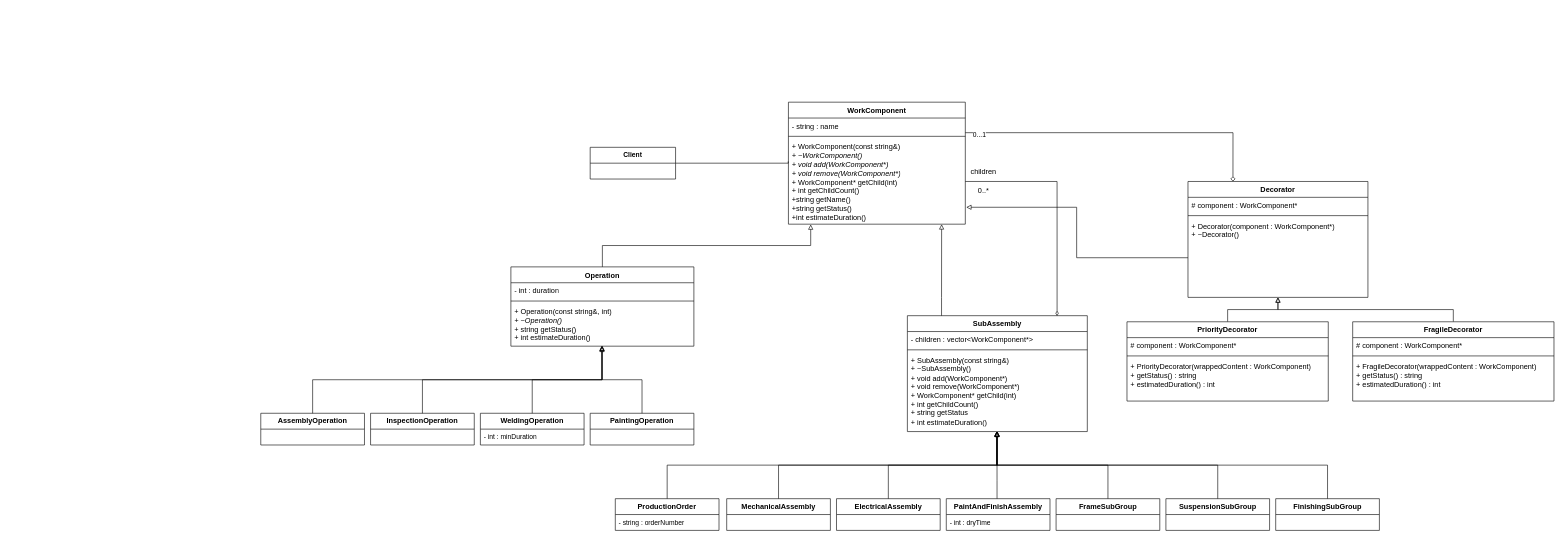
Before: diagrams/UML.drawio in Serg312/COS214-Prac4, a draw.io diagram. Source tidied: cells renumbered, new cells numbered last; positions are measured from the earlier drawing's top-left corner, leaving out a move shared by most shapes. Both pictures are drawn from the tidied source at 61%, with x=0, y=0 at pixel (260, 102).
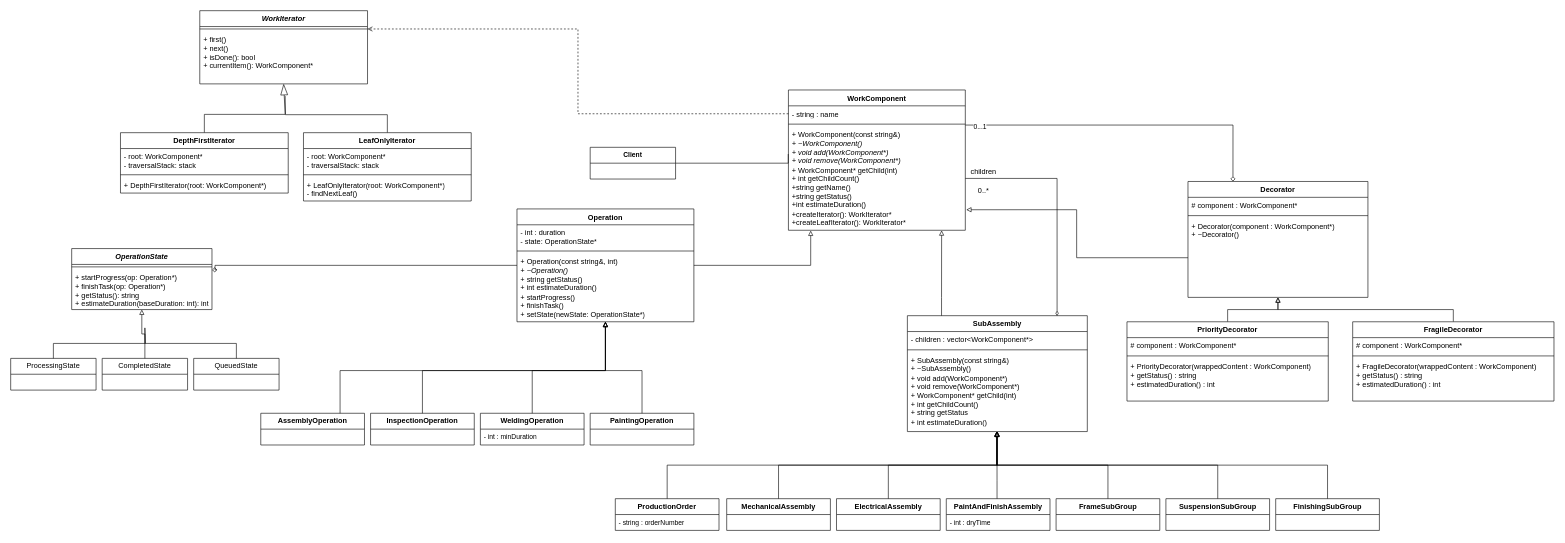
The same page after the edit.

Commit message (it also covers changes not shown here):
Update Makefile, UML class diagram, and add   State diagram

Unchanged cells that the change refers to:
```xml
<mxCell id="3" value="- string : name" style="text;strokeColor=none;fillColor=none;align=left;verticalAlign=top;spacingLeft=4;spacingRight=4;overflow=hidden;points=[[0,0.5],[1,0.5]];portConstraint=eastwest;whiteSpace=wrap;html=1;" parent="2" vertex="1">
  <mxGeometry y="26" width="290" height="26" as="geometry" />
</mxCell>
<mxCell id="28" value="&lt;b&gt;AssemblyOperation&lt;/b&gt;" style="swimlane;fontStyle=0;horizontal=1;startSize=26;fillColor=none;whiteSpace=wrap;html=1;" parent="1" vertex="1">
  <mxGeometry y="510" width="170" height="52" as="geometry" />
</mxCell>
<mxCell id="29" value="&lt;b&gt;InspectionOperation&lt;/b&gt;" style="swimlane;fontStyle=0;horizontal=1;startSize=26;fillColor=none;whiteSpace=wrap;html=1;" parent="1" vertex="1">
  <mxGeometry x="180" y="510" width="170" height="52" as="geometry" />
</mxCell>
<mxCell id="30" value="&lt;b&gt;WeldingOperation&lt;/b&gt;" style="swimlane;fontStyle=0;horizontal=1;startSize=26;fillColor=none;whiteSpace=wrap;html=1;" parent="1" vertex="1">
  <mxGeometry x="360" y="510" width="170" height="52" as="geometry" />
</mxCell>
<mxCell id="32" value="&lt;b&gt;PaintingOperation&lt;/b&gt;" style="swimlane;fontStyle=0;horizontal=1;startSize=26;fillColor=none;whiteSpace=wrap;html=1;" parent="1" vertex="1">
  <mxGeometry x="540" y="510" width="170" height="52" as="geometry" />
</mxCell>
```

Diff of the diagram source:
```diff
@@
     <mxCell id="2" value="WorkComponent" style="swimlane;fontStyle=1;align=center;verticalAlign=top;horizontal=1;startSize=26;whiteSpace=wrap;html=1;" parent="1" vertex="1">
-      <mxGeometry x="865" width="290" height="200" as="geometry" />
+      <mxGeometry x="865" y="-20" width="290" height="230" as="geometry" />
     </mxCell>
@@
-    <mxCell id="5" value="+ WorkComponent(const string&amp;amp;)&lt;div&gt;&lt;i&gt;+ ~WorkComponent()&lt;/i&gt;&lt;/div&gt;&lt;div&gt;&lt;i&gt;+ void add(WorkComponent*)&lt;/i&gt;&lt;/div&gt;&lt;div&gt;&lt;i&gt;+ void remove(WorkComponent*)&lt;/i&gt;&lt;/div&gt;&lt;div&gt;+ WorkComponent* getChild(int)&lt;span style=&quot;background-color: transparent; color: light-dark(rgb(0, 0, 0), rgb(255, 255, 255));&quot;&gt;&amp;nbsp;&lt;/span&gt;&lt;/div&gt;&lt;div&gt;+ int getChildCount()&lt;/div&gt;&lt;div&gt;+string getName()&lt;/div&gt;&lt;div&gt;+string getStatus()&lt;/div&gt;&lt;div&gt;+int estimateDuration()&lt;/div&gt;" style="text;strokeColor=none;fillColor=none;align=left;verticalAlign=top;spacingLeft=4;spacingRight=4;overflow=hidden;points=[[0,0.5],[1,0.5]];portConstraint=eastwest;whiteSpace=wrap;html=1;" parent="2" vertex="1">
-      <mxGeometry y="60" width="290" height="140" as="geometry" />
+    <mxCell id="5" value="+ WorkComponent(const string&amp;amp;)&lt;div&gt;&lt;i&gt;+ ~WorkComponent()&lt;/i&gt;&lt;/div&gt;&lt;div&gt;&lt;i&gt;+ void add(WorkComponent*)&lt;/i&gt;&lt;/div&gt;&lt;div&gt;&lt;i&gt;+ void remove(WorkComponent*)&lt;/i&gt;&lt;/div&gt;&lt;div&gt;+ WorkComponent* getChild(int)&lt;span style=&quot;background-color: transparent; color: light-dark(rgb(0, 0, 0), rgb(255, 255, 255));&quot;&gt;&amp;nbsp;&lt;/span&gt;&lt;/div&gt;&lt;div&gt;+ int getChildCount()&lt;/div&gt;&lt;div&gt;+string getName()&lt;/div&gt;&lt;div&gt;+string getStatus()&lt;/div&gt;&lt;div&gt;+int estimateDuration()&lt;/div&gt;&lt;div&gt;+createIterator(): WorkIterator*&lt;/div&gt;&lt;div&gt;+createLeafIterator(): WorkIterator*&lt;/div&gt;" style="text;strokeColor=none;fillColor=none;align=left;verticalAlign=top;spacingLeft=4;spacingRight=4;overflow=hidden;points=[[0,0.5],[1,0.5]];portConstraint=eastwest;whiteSpace=wrap;html=1;" parent="2" vertex="1">
+      <mxGeometry y="60" width="290" height="170" as="geometry" />
     </mxCell>
@@
+    <mxCell id="63" style="edgeStyle=orthogonalEdgeStyle;rounded=0;jettySize=auto;html=1;exitX=0;exitY=0.5;exitDx=0;exitDy=0;entryX=1.001;entryY=0.013;entryDx=0;entryDy=0;endArrow=diamond;endFill=0;entryPerimeter=0;" parent="1" edge="1" source="14" target="81">
+      <mxGeometry relative="1" as="geometry">
+        <Array as="points">
+          <mxPoint x="-75" y="274" />
+        </Array>
+      </mxGeometry>
+    </mxCell>
     <mxCell id="14" value="Operation" style="swimlane;fontStyle=1;align=center;verticalAlign=top;horizontal=1;startSize=26;whiteSpace=wrap;html=1;" parent="1" vertex="1">
-      <mxGeometry x="410" y="270" width="300" height="130" as="geometry" />
+      <mxGeometry x="420" y="175" width="290" height="185" as="geometry" />
     </mxCell>
-    <mxCell id="15" value="- int : duration" style="text;strokeColor=none;fillColor=none;align=left;verticalAlign=top;spacingLeft=4;spacingRight=4;overflow=hidden;whiteSpace=wrap;html=1;" parent="14" vertex="1">
-      <mxGeometry y="26" width="300" height="26" as="geometry" />
+    <mxCell id="15" value="- int : duration&lt;div&gt;- state: OperationState*&lt;/div&gt;" style="text;strokeColor=none;fillColor=none;align=left;verticalAlign=top;spacingLeft=4;spacingRight=4;overflow=hidden;whiteSpace=wrap;html=1;" parent="14" vertex="1">
+      <mxGeometry y="26" width="290" height="39" as="geometry" />
     </mxCell>
     <mxCell id="16" style="line;strokeWidth=1;fillColor=none;align=left;verticalAlign=middle;spacingTop=-1;spacingLeft=3;spacingRight=3;labelPosition=right;strokeColor=inherit;" parent="14" vertex="1">
-      <mxGeometry y="52" width="300" height="8" as="geometry" />
+      <mxGeometry y="65" width="290" height="8" as="geometry" />
     </mxCell>
-    <mxCell id="17" value="+ Operation(const string&amp;amp;, int)&lt;div&gt;&lt;div&gt;&lt;i&gt;+ ~Operation()&lt;/i&gt;&lt;/div&gt;&lt;div&gt;+ string getStatus()&lt;/div&gt;&lt;div&gt;+ int estimateDuration()&lt;/div&gt;&lt;/div&gt;" style="text;strokeColor=none;fillColor=none;align=left;verticalAlign=top;spacingLeft=4;spacingRight=4;overflow=hidden;points=[[0,0.5],[1,0.5]];portConstraint=eastwest;whiteSpace=wrap;html=1;" parent="14" vertex="1">
-      <mxGeometry y="60" width="300" height="70" as="geometry" />
+    <mxCell id="17" value="+ Operation(const string&amp;amp;, int)&lt;div&gt;&lt;div&gt;&lt;i&gt;+ ~Operation()&lt;/i&gt;&lt;/div&gt;&lt;div&gt;+ string getStatus()&lt;/div&gt;&lt;div&gt;+ int estimateDuration()&lt;/div&gt;&lt;/div&gt;&lt;div&gt;+ startProgress()&lt;/div&gt;&lt;div&gt;+ finishTask()&lt;/div&gt;&lt;div&gt;+&amp;nbsp;setState(newState: OperationState*)&lt;/div&gt;" style="text;strokeColor=none;fillColor=none;align=left;verticalAlign=top;spacingLeft=4;spacingRight=4;overflow=hidden;points=[[0,0.5],[1,0.5]];portConstraint=eastwest;whiteSpace=wrap;html=1;" parent="14" vertex="1">
+      <mxGeometry y="73" width="290" height="112" as="geometry" />
     </mxCell>
@@
-    <mxCell id="33" style="edgeStyle=orthogonalEdgeStyle;shape=connector;rounded=0;jettySize=auto;html=1;entryX=0.498;entryY=0.987;entryDx=0;entryDy=0;entryPerimeter=0;strokeColor=default;align=center;verticalAlign=middle;fontFamily=Helvetica;fontSize=11;fontColor=default;labelBackgroundColor=default;endArrow=block;endFill=0;" parent="1" edge="1" source="28" target="17">
-      <mxGeometry relative="1" as="geometry" />
+    <mxCell id="33" style="edgeStyle=orthogonalEdgeStyle;shape=connector;rounded=0;jettySize=auto;html=1;strokeColor=default;align=center;verticalAlign=middle;fontFamily=Helvetica;fontSize=11;fontColor=default;labelBackgroundColor=default;endArrow=block;endFill=0;entryX=0.5;entryY=1;entryDx=0;entryDy=0;" parent="1" edge="1" source="28" target="14">
+      <mxGeometry relative="1" as="geometry">
+        <Array as="points">
+          <mxPoint x="130" y="440" />
+          <mxPoint x="565" y="440" />
+        </Array>
+      </mxGeometry>
     </mxCell>
-    <mxCell id="34" style="edgeStyle=orthogonalEdgeStyle;shape=connector;rounded=0;jettySize=auto;html=1;entryX=0.498;entryY=1;entryDx=0;entryDy=0;entryPerimeter=0;strokeColor=default;align=center;verticalAlign=middle;fontFamily=Helvetica;fontSize=11;fontColor=default;labelBackgroundColor=default;endArrow=block;endFill=0;" parent="1" edge="1" source="29" target="17">
-      <mxGeometry relative="1" as="geometry" />
+    <mxCell id="34" style="edgeStyle=orthogonalEdgeStyle;shape=connector;rounded=0;jettySize=auto;html=1;strokeColor=default;align=center;verticalAlign=middle;fontFamily=Helvetica;fontSize=11;fontColor=default;labelBackgroundColor=default;endArrow=block;endFill=0;entryX=0.5;entryY=1;entryDx=0;entryDy=0;" parent="1" edge="1" source="29" target="14">
+      <mxGeometry relative="1" as="geometry">
+        <Array as="points">
+          <mxPoint x="265" y="440" />
+          <mxPoint x="565" y="440" />
+        </Array>
+      </mxGeometry>
     </mxCell>
-    <mxCell id="35" style="edgeStyle=orthogonalEdgeStyle;shape=connector;rounded=0;jettySize=auto;html=1;entryX=0.498;entryY=1.012;entryDx=0;entryDy=0;entryPerimeter=0;strokeColor=default;align=center;verticalAlign=middle;fontFamily=Helvetica;fontSize=11;fontColor=default;labelBackgroundColor=default;endArrow=block;endFill=0;" parent="1" edge="1" source="30" target="17">
-      <mxGeometry relative="1" as="geometry" />
+    <mxCell id="35" style="edgeStyle=orthogonalEdgeStyle;shape=connector;rounded=0;jettySize=auto;html=1;strokeColor=default;align=center;verticalAlign=middle;fontFamily=Helvetica;fontSize=11;fontColor=default;labelBackgroundColor=default;endArrow=block;endFill=0;entryX=0.5;entryY=1;entryDx=0;entryDy=0;" parent="1" edge="1" source="30" target="14">
+      <mxGeometry relative="1" as="geometry">
+        <Array as="points">
+          <mxPoint x="445" y="440" />
+          <mxPoint x="565" y="440" />
+        </Array>
+      </mxGeometry>
     </mxCell>
-    <mxCell id="36" style="edgeStyle=orthogonalEdgeStyle;shape=connector;rounded=0;jettySize=auto;html=1;entryX=0.498;entryY=0.987;entryDx=0;entryDy=0;entryPerimeter=0;strokeColor=default;align=center;verticalAlign=middle;fontFamily=Helvetica;fontSize=11;fontColor=default;labelBackgroundColor=default;endArrow=block;endFill=0;" parent="1" edge="1" source="32" target="17">
-      <mxGeometry relative="1" as="geometry" />
+    <mxCell id="36" style="edgeStyle=orthogonalEdgeStyle;shape=connector;rounded=0;jettySize=auto;html=1;strokeColor=default;align=center;verticalAlign=middle;fontFamily=Helvetica;fontSize=11;fontColor=default;labelBackgroundColor=default;endArrow=block;endFill=0;entryX=0.5;entryY=1;entryDx=0;entryDy=0;" parent="1" edge="1" source="32" target="14">
+      <mxGeometry relative="1" as="geometry">
+        <Array as="points">
+          <mxPoint x="625" y="440" />
+          <mxPoint x="565" y="440" />
+        </Array>
+      </mxGeometry>
     </mxCell>
@@
+    <mxCell id="64" style="group;" parent="1" vertex="1">
+      <mxGeometry x="-230" y="-150" width="575" height="325" as="geometry" />
+    </mxCell>
+    <mxCell id="65" value="&lt;i&gt;WorkIterator&lt;/i&gt;" style="swimlane;fontStyle=1;align=center;verticalAlign=top;horizontal=1;startSize=26;whiteSpace=wrap;html=1;" parent="64" vertex="1">
+      <mxGeometry x="130" width="275" height="120" as="geometry" />
+    </mxCell>
+    <mxCell id="66" style="line;strokeWidth=1;fillColor=none;align=left;verticalAlign=middle;spacingTop=-1;spacingLeft=3;spacingRight=3;labelPosition=right;strokeColor=inherit;" parent="65" vertex="1">
+      <mxGeometry y="26" width="275" height="8" as="geometry" />
+    </mxCell>
+    <mxCell id="67" value="+ first()&lt;div&gt;+ next()&lt;/div&gt;&lt;div&gt;+ isDone(): bool&lt;/div&gt;&lt;div&gt;+ currentItem(): WorkComponent*&lt;/div&gt;" style="text;strokeColor=none;fillColor=none;align=left;verticalAlign=top;spacingLeft=4;spacingRight=4;overflow=hidden;whiteSpace=wrap;html=1;" parent="65" vertex="1">
+      <mxGeometry y="34" width="275" height="86" as="geometry" />
+    </mxCell>
+    <mxCell id="68" style="endArrow=blockThin;endSize=16;endFill=0;html=1;rounded=0;exitX=0.5;exitY=0;exitDx=0;exitDy=0;entryX=0.5;entryY=1;entryDx=0;entryDy=0;" parent="64" edge="1" source="69" target="65">
+      <mxGeometry relative="1" as="geometry">
+        <Array as="points">
+          <mxPoint x="137.5" y="170" />
+          <mxPoint x="270" y="170" />
+        </Array>
+      </mxGeometry>
+    </mxCell>
+    <mxCell id="69" value="DepthFirstIterator" style="swimlane;fontStyle=1;align=center;verticalAlign=top;horizontal=1;startSize=26;whiteSpace=wrap;html=1;" parent="64" vertex="1">
+      <mxGeometry y="200" width="275" height="99" as="geometry" />
+    </mxCell>
+    <mxCell id="70" value="- root: WorkComponent*&lt;div&gt;- traversalStack: stack&lt;/div&gt;" style="text;strokeColor=none;fillColor=none;align=left;verticalAlign=top;spacingLeft=4;spacingRight=4;overflow=hidden;whiteSpace=wrap;html=1;" parent="69" vertex="1">
+      <mxGeometry y="26" width="275" height="39" as="geometry" />
+    </mxCell>
+    <mxCell id="71" style="line;strokeWidth=1;fillColor=none;align=left;verticalAlign=middle;spacingTop=-1;spacingLeft=3;spacingRight=3;labelPosition=right;strokeColor=inherit;" parent="69" vertex="1">
+      <mxGeometry y="65" width="275" height="8" as="geometry" />
+    </mxCell>
+    <mxCell id="72" value="+ DepthFirstIterator(root: WorkComponent*)&lt;div&gt;&lt;br&gt;&lt;/div&gt;" style="text;strokeColor=none;fillColor=none;align=left;verticalAlign=top;spacingLeft=4;spacingRight=4;overflow=hidden;whiteSpace=wrap;html=1;" parent="69" vertex="1">
+      <mxGeometry y="73" width="275" height="26" as="geometry" />
+    </mxCell>
+    <mxCell id="73" style="edgeStyle=orthogonalEdgeStyle;rounded=0;jettySize=auto;html=1;exitX=0.5;exitY=0;exitDx=0;exitDy=0;endArrow=none;endFill=0;" parent="64" edge="1" source="74">
+      <mxGeometry relative="1" as="geometry">
+        <mxPoint x="270" y="140" as="targetPoint" />
+      </mxGeometry>
+    </mxCell>
+    <mxCell id="74" value="LeafOnlyIterator" style="swimlane;fontStyle=1;align=center;verticalAlign=top;horizontal=1;startSize=26;whiteSpace=wrap;html=1;" parent="64" vertex="1">
+      <mxGeometry x="300" y="200" width="275" height="112" as="geometry" />
+    </mxCell>
+    <mxCell id="75" value="- root: WorkComponent*&lt;div&gt;- traversalStack: stack&lt;/div&gt;" style="text;strokeColor=none;fillColor=none;align=left;verticalAlign=top;spacingLeft=4;spacingRight=4;overflow=hidden;whiteSpace=wrap;html=1;" parent="74" vertex="1">
+      <mxGeometry y="26" width="275" height="39" as="geometry" />
+    </mxCell>
+    <mxCell id="76" style="line;strokeWidth=1;fillColor=none;align=left;verticalAlign=middle;spacingTop=-1;spacingLeft=3;spacingRight=3;labelPosition=right;strokeColor=inherit;" parent="74" vertex="1">
+      <mxGeometry y="65" width="275" height="8" as="geometry" />
+    </mxCell>
+    <mxCell id="77" value="+ LeafOnlyIterator(root: WorkComponent*)&lt;div&gt;- findNextLeaf()&lt;/div&gt;" style="text;strokeColor=none;fillColor=none;align=left;verticalAlign=top;spacingLeft=4;spacingRight=4;overflow=hidden;whiteSpace=wrap;html=1;" parent="74" vertex="1">
+      <mxGeometry y="73" width="275" height="39" as="geometry" />
+    </mxCell>
+    <mxCell id="78" style="edgeStyle=orthogonalEdgeStyle;rounded=0;jettySize=auto;html=1;exitX=0;exitY=0.5;exitDx=0;exitDy=0;entryX=1;entryY=0.25;entryDx=0;entryDy=0;dashed=1;endArrow=open;endFill=0;" parent="1" edge="1" source="3" target="65">
+      <mxGeometry relative="1" as="geometry" />
+    </mxCell>
+    <mxCell id="79" value="&lt;i&gt;OperationState&lt;/i&gt;" style="swimlane;fontStyle=1;align=center;verticalAlign=top;horizontal=1;startSize=26;whiteSpace=wrap;html=1;" parent="1" vertex="1">
+      <mxGeometry x="-310" y="240" width="230" height="100" as="geometry" />
+    </mxCell>
+    <mxCell id="80" style="line;strokeWidth=1;fillColor=none;align=left;verticalAlign=middle;spacingTop=-1;spacingLeft=3;spacingRight=3;labelPosition=right;strokeColor=inherit;" parent="79" vertex="1">
+      <mxGeometry y="26" width="230" height="8" as="geometry" />
+    </mxCell>
+    <mxCell id="81" value="+ startProgress(op: Operation*)&lt;div&gt;&lt;div&gt;+&amp;nbsp;&lt;span style=&quot;background-color: transparent; color: light-dark(rgb(0, 0, 0), rgb(255, 255, 255));&quot;&gt;finishTask(op: Operation*)&lt;/span&gt;&lt;/div&gt;&lt;div&gt;&lt;span style=&quot;background-color: transparent; color: light-dark(rgb(0, 0, 0), rgb(255, 255, 255));&quot;&gt;+ getStatus(): string&lt;/span&gt;&lt;/div&gt;&lt;div&gt;&lt;span style=&quot;background-color: transparent; color: light-dark(rgb(0, 0, 0), rgb(255, 255, 255));&quot;&gt;+&amp;nbsp;&lt;/span&gt;&lt;span style=&quot;background-color: transparent;&quot;&gt;estimateDuration(baseDuration: int): int&lt;/span&gt;&lt;/div&gt;&lt;div&gt;&lt;br&gt;&lt;/div&gt;&lt;/div&gt;" style="text;strokeColor=none;fillColor=none;align=left;verticalAlign=top;spacingLeft=4;spacingRight=4;overflow=hidden;points=[[0,0.5],[1,0.5]];portConstraint=eastwest;whiteSpace=wrap;html=1;" parent="79" vertex="1">
+      <mxGeometry y="34" width="230" height="66" as="geometry" />
+    </mxCell>
+    <mxCell id="82" style="edgeStyle=orthogonalEdgeStyle;rounded=0;jettySize=auto;html=1;exitX=0.5;exitY=0;exitDx=0;exitDy=0;endArrow=none;endFill=0;" parent="1" edge="1" source="83">
+      <mxGeometry relative="1" as="geometry">
+        <mxPoint x="-190" y="370" as="targetPoint" />
+      </mxGeometry>
+    </mxCell>
+    <mxCell id="83" value="ProcessingState" style="swimlane;fontStyle=0;horizontal=1;startSize=26;fillColor=none;whiteSpace=wrap;html=1;" parent="1" vertex="1">
+      <mxGeometry x="-410" y="420" width="140" height="52" as="geometry" />
+    </mxCell>
+    <mxCell id="84" style="edgeStyle=orthogonalEdgeStyle;rounded=0;jettySize=auto;html=1;exitX=0.5;exitY=0;exitDx=0;exitDy=0;entryX=0.5;entryY=1;entryDx=0;entryDy=0;endArrow=block;endFill=0;" parent="1" edge="1" source="85" target="79">
+      <mxGeometry relative="1" as="geometry" />
+    </mxCell>
+    <mxCell id="85" value="CompletedState" style="swimlane;fontStyle=0;horizontal=1;startSize=26;fillColor=none;whiteSpace=wrap;html=1;" parent="1" vertex="1">
+      <mxGeometry x="-260" y="420" width="140" height="52" as="geometry" />
+    </mxCell>
+    <mxCell id="86" style="edgeStyle=orthogonalEdgeStyle;rounded=0;jettySize=auto;html=1;exitX=0.5;exitY=0;exitDx=0;exitDy=0;endArrow=none;endFill=0;" parent="1" edge="1" source="87">
+      <mxGeometry relative="1" as="geometry">
+        <mxPoint x="-190" y="370" as="targetPoint" />
+      </mxGeometry>
+    </mxCell>
+    <mxCell id="87" value="QueuedState" style="swimlane;fontStyle=0;horizontal=1;startSize=26;fillColor=none;whiteSpace=wrap;html=1;" parent="1" vertex="1">
+      <mxGeometry x="-110" y="420" width="140" height="52" as="geometry" />
+    </mxCell>
```
